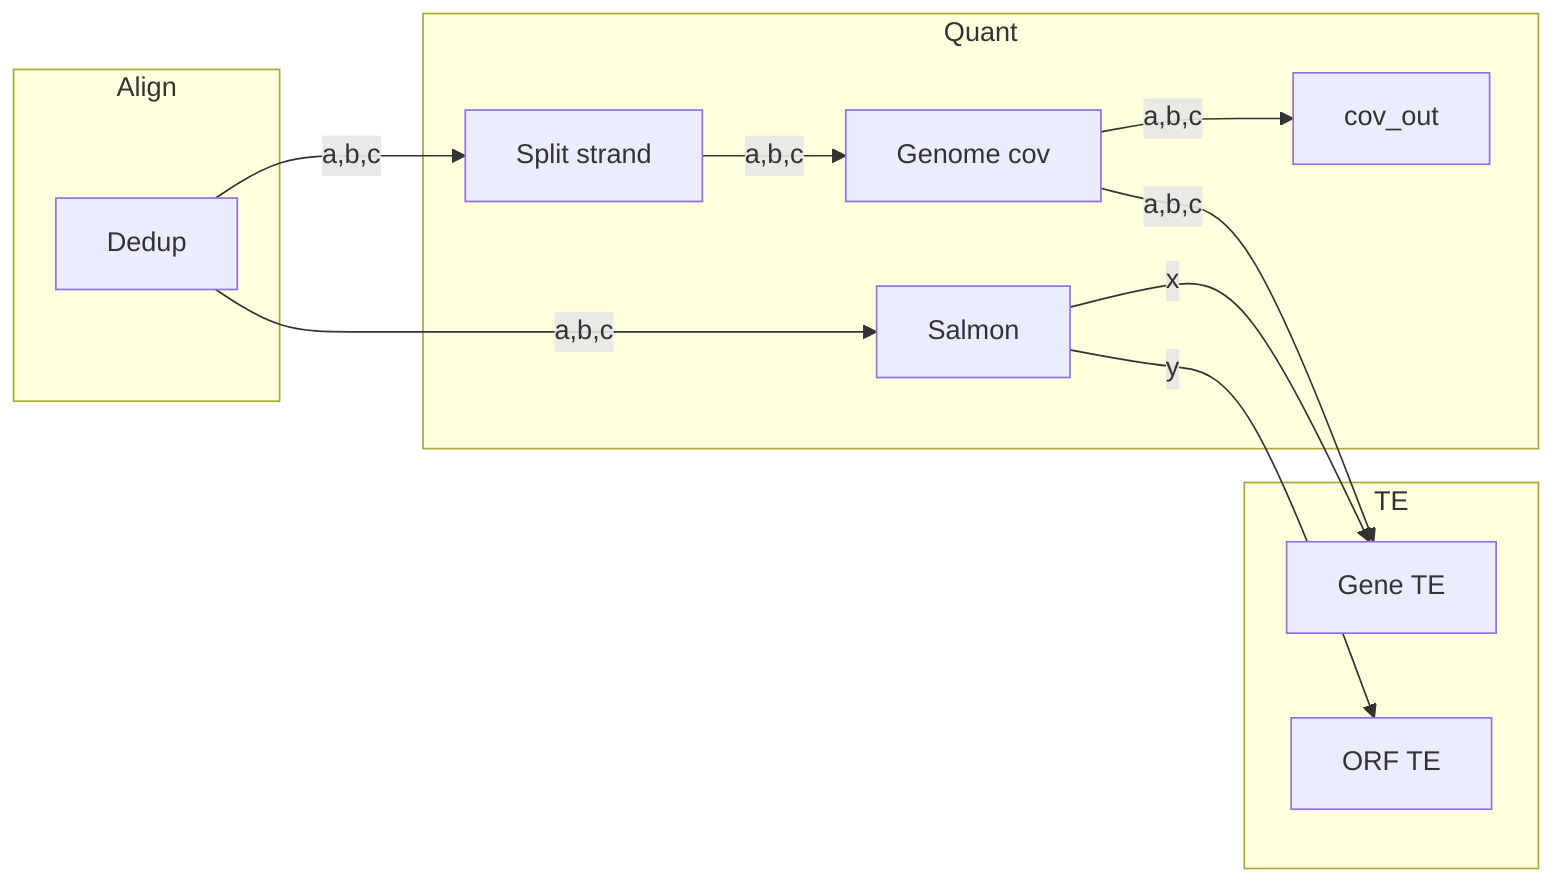
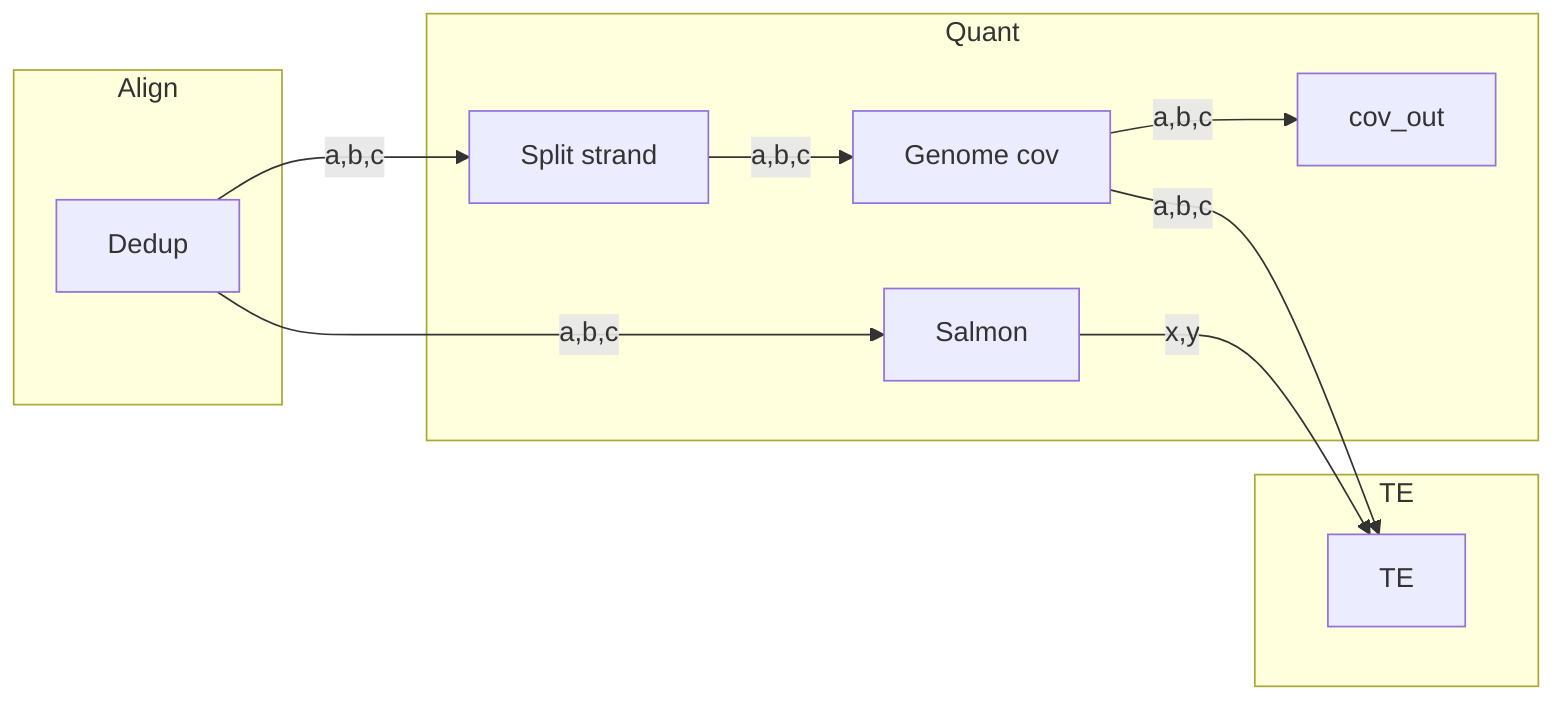
%%metro title: Out-of-section retag preserves in-section fan
%%metro diamond_style: symmetric
%%metro file: cov_out | BW | Coverage
%%metro line: a | A | #e6007e
%%metro line: b | B | #2db572
%%metro line: c | C | #2b6cb0
%%metro line: x | X | #f2a900
%%metro line: y | Y | #7c3aed
%%metro grid: input | 0,0
%%metro grid: secA | 1,0
%%metro grid: secB | 2,0

graph LR
    subgraph input [Align]
        %%metro exit: right | a, b, c
        dedup[Dedup]
    end

    subgraph secA [Quant]
        %%metro entry: left | a, b, c
-         %%metro exit: right | a, b, c
        s_split[Split strand]
        s_gc[Genome cov]
        s_peel[Salmon]

        s_split -->|a,b,c| s_gc
        s_gc -->|a,b,c| cov_out
    end

    subgraph secB [TE]
-         t1[Gene TE]
-         t2[ORF TE]
+         te[TE]
    end

    dedup -->|a,b,c| s_split
    dedup -->|a,b,c| s_peel
-     s_gc -->|a,b,c| t1
-     s_peel -->|x| t1
-     s_peel -->|y| t2
+     s_gc -->|a,b,c| te
+     s_peel -->|x,y| te
